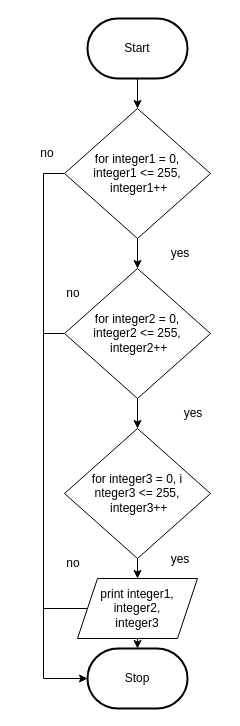
JacksonNaufal/ICS3U-Unit4-07-Python keeps this draw.io diagram as Drawio/FlowChart.Drawio. Above is the earlier version. Source tidied: cells renumbered, new cells numbered last; positions are measured from the earlier drawing's top-left corner, leaving out a move shared by most shapes. Both pictures are drawn from the tidied source at 100%, with x=0, y=0 at pixel (17, 18).
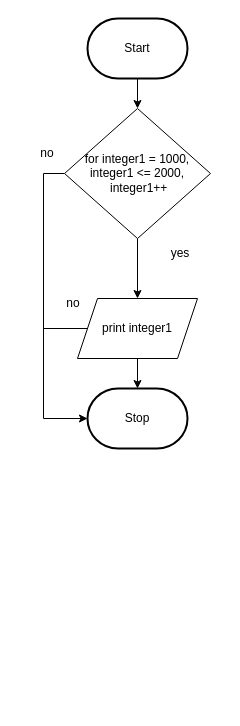
After the change.

What changed in the source:
```diff
@@
     <mxCell id="4" value="Stop" style="strokeWidth=2;html=1;shape=mxgraph.flowchart.terminator;whiteSpace=wrap;rounded=1;" parent="1" vertex="1">
-      <mxGeometry x="70" y="630" width="100" height="60" as="geometry" />
+      <mxGeometry x="70" y="370" width="100" height="60" as="geometry" />
     </mxCell>
-    <mxCell id="5" style="edgeStyle=none;html=1;entryX=0.5;entryY=0;entryDx=0;entryDy=0;" parent="1" edge="1" source="7" target="10">
-      <mxGeometry relative="1" as="geometry" />
-    </mxCell>
     <mxCell id="6" style="edgeStyle=none;html=1;fontSize=12;entryX=0;entryY=0.5;entryDx=0;entryDy=0;entryPerimeter=0;rounded=0;" parent="1" edge="1" source="7" target="4">
       <mxGeometry relative="1" as="geometry">
         <Array as="points">
           <mxPoint x="26" y="155" />
-          <mxPoint x="26" y="660" />
+          <mxPoint x="26" y="400" />
         </Array>
       </mxGeometry>
     </mxCell>
+    <mxCell id="22" style="edgeStyle=none;html=1;entryX=0.5;entryY=0;entryDx=0;entryDy=0;" parent="1" edge="1" source="7" target="15">
+      <mxGeometry relative="1" as="geometry" />
+    </mxCell>
-    <mxCell id="7" value="for integer1&amp;nbsp;= 0, &lt;br&gt;integer1 &amp;lt;= 255,&lt;br&gt;&amp;nbsp;integer1++" style="rhombus;whiteSpace=wrap;html=1;" parent="1" vertex="1">
+    <mxCell id="7" value="for integer1&amp;nbsp;= 1000, &lt;br&gt;integer1 &amp;lt;= 2000,&lt;br&gt;&amp;nbsp;integer1++" style="rhombus;whiteSpace=wrap;html=1;" parent="1" vertex="1">
       <mxGeometry x="47" y="90" width="146" height="130" as="geometry" />
     </mxCell>
-    <mxCell id="8" style="edgeStyle=none;html=1;" parent="1" edge="1" source="10" target="13">
-      <mxGeometry relative="1" as="geometry" />
-    </mxCell>
-    <mxCell id="9" style="edgeStyle=none;rounded=0;html=1;fontSize=12;endArrow=none;endFill=0;" parent="1" edge="1" source="10">
-      <mxGeometry relative="1" as="geometry">
-        <mxPoint x="26" y="315" as="targetPoint" />
-      </mxGeometry>
-    </mxCell>
-    <mxCell id="10" value="for integer2 = 0, &lt;br&gt;integer2 &amp;lt;= 255,&lt;br&gt;&amp;nbsp;integer2++" style="rhombus;whiteSpace=wrap;html=1;" parent="1" vertex="1">
-      <mxGeometry x="47" y="250" width="146" height="130" as="geometry" />
-    </mxCell>
@@
-    <mxCell id="12" style="edgeStyle=none;html=1;fontSize=8;" parent="1" edge="1" source="13" target="15">
-      <mxGeometry relative="1" as="geometry" />
-    </mxCell>
-    <mxCell id="13" value="for integer3&amp;nbsp;= 0, i&lt;br&gt;nteger3 &amp;lt;= 255,&lt;br&gt;&amp;nbsp;integer3++" style="rhombus;whiteSpace=wrap;html=1;" parent="1" vertex="1">
-      <mxGeometry x="47" y="410" width="146" height="130" as="geometry" />
-    </mxCell>
     <mxCell id="14" style="edgeStyle=none;rounded=0;html=1;fontSize=12;endArrow=none;endFill=0;" parent="1" edge="1" source="15">
       <mxGeometry relative="1" as="geometry">
-        <mxPoint x="26" y="590" as="targetPoint" />
+        <mxPoint x="26" y="310" as="targetPoint" />
       </mxGeometry>
     </mxCell>
-    <mxCell id="15" value="&lt;font style=&quot;font-size: 12px&quot;&gt;print integer1, integer2, &lt;br&gt;integer3&lt;/font&gt;" style="shape=parallelogram;perimeter=parallelogramPerimeter;whiteSpace=wrap;html=1;fixedSize=1;fontSize=8;" parent="1" vertex="1">
-      <mxGeometry x="60" y="560" width="120" height="60" as="geometry" />
+    <mxCell id="15" value="&lt;font style=&quot;font-size: 12px&quot;&gt;print integer1&lt;/font&gt;" style="shape=parallelogram;perimeter=parallelogramPerimeter;whiteSpace=wrap;html=1;fixedSize=1;fontSize=8;" parent="1" vertex="1">
+      <mxGeometry x="60" y="280" width="120" height="60" as="geometry" />
     </mxCell>
-    <mxCell id="16" value="yes" style="text;html=1;strokeColor=none;fillColor=none;align=center;verticalAlign=middle;whiteSpace=wrap;rounded=0;fontSize=12;" parent="1" vertex="1">
-      <mxGeometry x="146" y="380" width="60" height="30" as="geometry" />
-    </mxCell>
@@
-    <mxCell id="18" value="yes" style="text;html=1;strokeColor=none;fillColor=none;align=center;verticalAlign=middle;whiteSpace=wrap;rounded=0;fontSize=12;" parent="1" vertex="1">
-      <mxGeometry x="133" y="526" width="60" height="30" as="geometry" />
-    </mxCell>
-    <mxCell id="19" value="no" style="text;html=1;strokeColor=none;fillColor=none;align=center;verticalAlign=middle;whiteSpace=wrap;rounded=0;fontSize=12;" parent="1" vertex="1">
-      <mxGeometry x="26" y="530" width="60" height="30" as="geometry" />
-    </mxCell>
     <mxCell id="20" value="no" style="text;html=1;strokeColor=none;fillColor=none;align=center;verticalAlign=middle;whiteSpace=wrap;rounded=0;fontSize=12;" parent="1" vertex="1">
-      <mxGeometry x="26" y="260" width="60" height="30" as="geometry" />
+      <mxGeometry x="26" y="270" width="60" height="30" as="geometry" />
     </mxCell>
```
